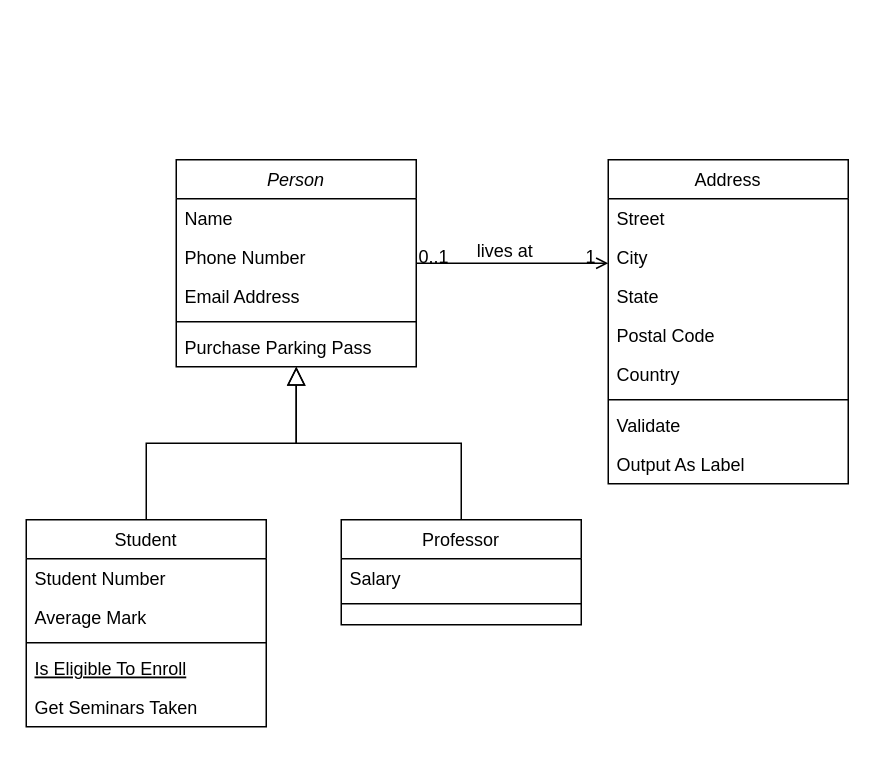
The draw.io diagram Diagramme sans nom.drawio in MouhamedNoire/ufc-test, before the edit. Source tidied: cells renumbered, new cells numbered last; positions are measured from the earlier drawing's top-left corner, leaving out a move shared by most shapes. Both pictures are drawn from the tidied source at 150%, with x=0, y=0 at pixel (26, 159).
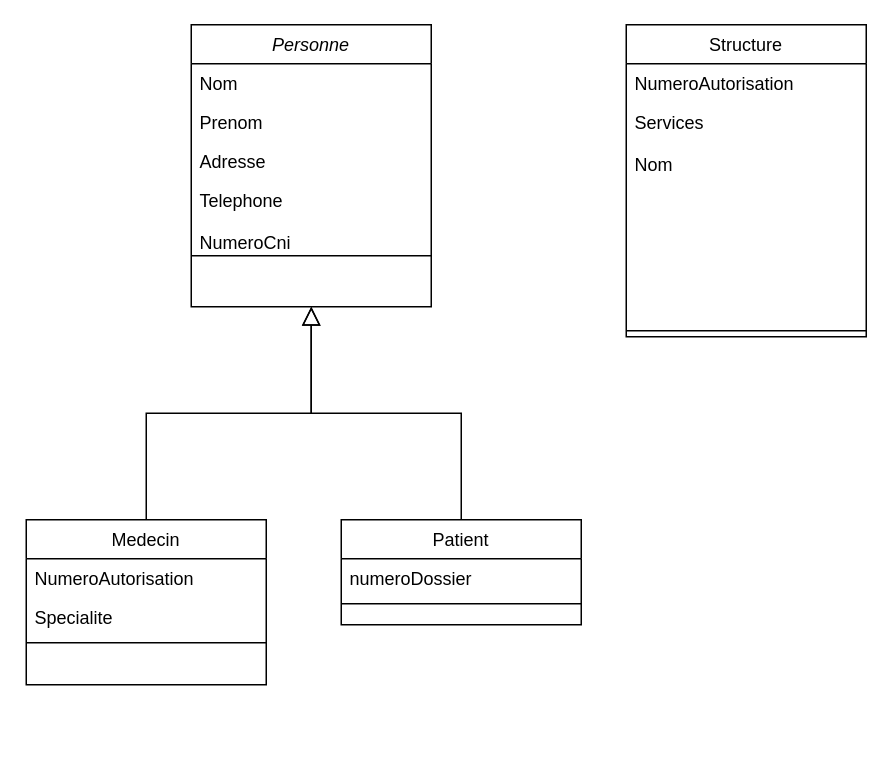
The same page after the edit.

Commit message:
classe keur doctor

What changed in the source:
```diff
@@
-    <mxCell id="2" value="Person" style="swimlane;fontStyle=2;align=center;verticalAlign=top;horizontal=1;startSize=26;rounded=0;shadow=0;strokeWidth=1;" parent="1" vertex="1">
-      <mxGeometry x="100" width="160" height="138" as="geometry" />
+    <mxCell id="2" value="Personne" style="swimlane;fontStyle=2;align=center;verticalAlign=top;horizontal=1;startSize=26;rounded=0;shadow=0;strokeWidth=1;" parent="1" vertex="1">
+      <mxGeometry x="110" y="-90" width="160" height="188" as="geometry" />
     </mxCell>
-    <mxCell id="3" value="Name" style="text;align=left;verticalAlign=top;spacingLeft=4;spacingRight=4;overflow=hidden;" parent="2" vertex="1">
+    <mxCell id="3" value="Nom" style="text;align=left;verticalAlign=top;spacingLeft=4;spacingRight=4;overflow=hidden;" parent="2" vertex="1">
       <mxGeometry y="26" width="160" height="26" as="geometry" />
     </mxCell>
-    <mxCell id="4" value="Phone Number" style="text;align=left;verticalAlign=top;spacingLeft=4;spacingRight=4;overflow=hidden;rounded=0;shadow=0;html=0;" parent="2" vertex="1">
+    <mxCell id="4" value="Prenom&#10;" style="text;align=left;verticalAlign=top;spacingLeft=4;spacingRight=4;overflow=hidden;rounded=0;shadow=0;html=0;" parent="2" vertex="1">
       <mxGeometry y="52" width="160" height="26" as="geometry" />
     </mxCell>
-    <mxCell id="5" value="Email Address" style="text;align=left;verticalAlign=top;spacingLeft=4;spacingRight=4;overflow=hidden;rounded=0;shadow=0;html=0;" parent="2" vertex="1">
+    <mxCell id="5" value="Adresse" style="text;align=left;verticalAlign=top;spacingLeft=4;spacingRight=4;overflow=hidden;rounded=0;shadow=0;html=0;" parent="2" vertex="1">
       <mxGeometry y="78" width="160" height="26" as="geometry" />
     </mxCell>
+    <mxCell id="7" value="Telephone&#10;&#10;NumeroCni" style="text;align=left;verticalAlign=top;spacingLeft=4;spacingRight=4;overflow=hidden;" parent="2" vertex="1">
+      <mxGeometry y="104" width="160" height="46" as="geometry" />
+    </mxCell>
     <mxCell id="6" style="line;html=1;strokeWidth=1;align=left;verticalAlign=middle;spacingTop=-1;spacingLeft=3;spacingRight=3;labelPosition=right;" parent="2" vertex="1">
-      <mxGeometry y="104" width="160" height="8" as="geometry" />
+      <mxGeometry y="150" width="160" height="8" as="geometry" />
     </mxCell>
-    <mxCell id="7" value="Purchase Parking Pass" style="text;align=left;verticalAlign=top;spacingLeft=4;spacingRight=4;overflow=hidden;" parent="2" vertex="1">
-      <mxGeometry y="112" width="160" height="26" as="geometry" />
-    </mxCell>
-    <mxCell id="8" value="Student" style="swimlane;fontStyle=0;align=center;verticalAlign=top;horizontal=1;startSize=26;rounded=0;shadow=0;strokeWidth=1;" parent="1" vertex="1">
-      <mxGeometry y="240" width="160" height="138" as="geometry" />
+    <mxCell id="8" value="Medecin" style="swimlane;fontStyle=0;align=center;verticalAlign=top;horizontal=1;startSize=26;rounded=0;shadow=0;strokeWidth=1;" parent="1" vertex="1">
+      <mxGeometry y="240" width="160" height="110" as="geometry" />
     </mxCell>
-    <mxCell id="9" value="Student Number" style="text;align=left;verticalAlign=top;spacingLeft=4;spacingRight=4;overflow=hidden;" parent="8" vertex="1">
+    <mxCell id="9" value="NumeroAutorisation" style="text;align=left;verticalAlign=top;spacingLeft=4;spacingRight=4;overflow=hidden;" parent="8" vertex="1">
       <mxGeometry y="26" width="160" height="26" as="geometry" />
     </mxCell>
-    <mxCell id="10" value="Average Mark" style="text;align=left;verticalAlign=top;spacingLeft=4;spacingRight=4;overflow=hidden;rounded=0;shadow=0;html=0;" parent="8" vertex="1">
+    <mxCell id="10" value="Specialite" style="text;align=left;verticalAlign=top;spacingLeft=4;spacingRight=4;overflow=hidden;rounded=0;shadow=0;html=0;" parent="8" vertex="1">
       <mxGeometry y="52" width="160" height="26" as="geometry" />
     </mxCell>
@@
-    <mxCell id="12" value="Is Eligible To Enroll" style="text;align=left;verticalAlign=top;spacingLeft=4;spacingRight=4;overflow=hidden;fontStyle=4;" parent="8" vertex="1">
-      <mxGeometry y="86" width="160" height="26" as="geometry" />
-    </mxCell>
-    <mxCell id="13" value="Get Seminars Taken" style="text;align=left;verticalAlign=top;spacingLeft=4;spacingRight=4;overflow=hidden;" parent="8" vertex="1">
-      <mxGeometry y="112" width="160" height="26" as="geometry" />
-    </mxCell>
@@
-    <mxCell id="15" value="Professor" style="swimlane;fontStyle=0;align=center;verticalAlign=top;horizontal=1;startSize=26;rounded=0;shadow=0;strokeWidth=1;" parent="1" vertex="1">
+    <mxCell id="15" value="Patient" style="swimlane;fontStyle=0;align=center;verticalAlign=top;horizontal=1;startSize=26;rounded=0;shadow=0;strokeWidth=1;" parent="1" vertex="1">
       <mxGeometry x="210" y="240" width="160" height="70" as="geometry" />
     </mxCell>
-    <mxCell id="16" value="Salary" style="text;align=left;verticalAlign=top;spacingLeft=4;spacingRight=4;overflow=hidden;" parent="15" vertex="1">
+    <mxCell id="16" value="numeroDossier" style="text;align=left;verticalAlign=top;spacingLeft=4;spacingRight=4;overflow=hidden;" parent="15" vertex="1">
       <mxGeometry y="26" width="160" height="26" as="geometry" />
     </mxCell>
@@
-    <mxCell id="19" value="Address" style="swimlane;fontStyle=0;align=center;verticalAlign=top;horizontal=1;startSize=26;rounded=0;shadow=0;strokeWidth=1;" parent="1" vertex="1">
-      <mxGeometry x="388" width="160" height="216" as="geometry" />
+    <mxCell id="19" value="Structure" style="swimlane;fontStyle=0;align=center;verticalAlign=top;horizontal=1;startSize=26;rounded=0;shadow=0;strokeWidth=1;" parent="1" vertex="1">
+      <mxGeometry x="400" y="-90" width="160" height="208" as="geometry" />
     </mxCell>
-    <mxCell id="20" value="Street" style="text;align=left;verticalAlign=top;spacingLeft=4;spacingRight=4;overflow=hidden;" parent="19" vertex="1">
+    <mxCell id="20" value="NumeroAutorisation" style="text;align=left;verticalAlign=top;spacingLeft=4;spacingRight=4;overflow=hidden;" parent="19" vertex="1">
       <mxGeometry y="26" width="160" height="26" as="geometry" />
     </mxCell>
-    <mxCell id="21" value="City" style="text;align=left;verticalAlign=top;spacingLeft=4;spacingRight=4;overflow=hidden;rounded=0;shadow=0;html=0;" parent="19" vertex="1">
-      <mxGeometry y="52" width="160" height="26" as="geometry" />
+    <mxCell id="21" value="Services&#10;&#10;Nom&#10;&#10;" style="text;align=left;verticalAlign=top;spacingLeft=4;spacingRight=4;overflow=hidden;rounded=0;shadow=0;html=0;" parent="19" vertex="1">
+      <mxGeometry y="52" width="160" height="148" as="geometry" />
     </mxCell>
-    <mxCell id="22" value="State" style="text;align=left;verticalAlign=top;spacingLeft=4;spacingRight=4;overflow=hidden;rounded=0;shadow=0;html=0;" parent="19" vertex="1">
-      <mxGeometry y="78" width="160" height="26" as="geometry" />
-    </mxCell>
-    <mxCell id="23" value="Postal Code" style="text;align=left;verticalAlign=top;spacingLeft=4;spacingRight=4;overflow=hidden;rounded=0;shadow=0;html=0;" parent="19" vertex="1">
-      <mxGeometry y="104" width="160" height="26" as="geometry" />
-    </mxCell>
-    <mxCell id="24" value="Country" style="text;align=left;verticalAlign=top;spacingLeft=4;spacingRight=4;overflow=hidden;rounded=0;shadow=0;html=0;" parent="19" vertex="1">
-      <mxGeometry y="130" width="160" height="26" as="geometry" />
-    </mxCell>
     <mxCell id="25" style="line;html=1;strokeWidth=1;align=left;verticalAlign=middle;spacingTop=-1;spacingLeft=3;spacingRight=3;labelPosition=right;" parent="19" vertex="1">
-      <mxGeometry y="156" width="160" height="8" as="geometry" />
+      <mxGeometry y="200" width="160" height="8" as="geometry" />
     </mxCell>
-    <mxCell id="26" value="Validate" style="text;align=left;verticalAlign=top;spacingLeft=4;spacingRight=4;overflow=hidden;" parent="19" vertex="1">
-      <mxGeometry y="164" width="160" height="26" as="geometry" />
-    </mxCell>
-    <mxCell id="27" value="Output As Label" style="text;align=left;verticalAlign=top;spacingLeft=4;spacingRight=4;overflow=hidden;" parent="19" vertex="1">
-      <mxGeometry y="190" width="160" height="26" as="geometry" />
-    </mxCell>
-    <mxCell id="28" style="endArrow=open;shadow=0;strokeWidth=1;rounded=0;curved=0;endFill=1;edgeStyle=elbowEdgeStyle;elbow=vertical;" parent="1" edge="1" source="2" target="19">
-      <mxGeometry x="0.5" y="41" relative="1" as="geometry">
-        <mxPoint x="-40" y="32" as="offset" />
-      </mxGeometry>
-    </mxCell>
-    <mxCell id="29" value="0..1" style="align=left;verticalAlign=bottom;labelBackgroundColor=none;fontSize=12;" parent="28" vertex="1">
-      <mxGeometry x="-1" relative="1" as="geometry">
-        <mxPoint y="4" as="offset" />
-      </mxGeometry>
-    </mxCell>
-    <mxCell id="30" value="1" style="align=right;verticalAlign=bottom;labelBackgroundColor=none;fontSize=12;" parent="28" vertex="1">
-      <mxGeometry x="1" relative="1" as="geometry">
-        <mxPoint x="-7" y="4" as="offset" />
-      </mxGeometry>
-    </mxCell>
-    <mxCell id="31" value="lives at" style="text;html=1;align=center;verticalAlign=middle;labelBackgroundColor=none;rounded=0;shadow=0;strokeWidth=1;fontSize=12;" parent="28" vertex="1">
-      <mxGeometry x="0.5" y="49" relative="1" as="geometry">
-        <mxPoint x="-38" y="40" as="offset" />
-      </mxGeometry>
-    </mxCell>
```
